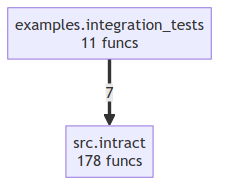
semcod/intract keeps this Mermaid diagram as project/compact_flow.png. Above is the earlier version. Its source is kept beside it as project/compact_flow.mmd.
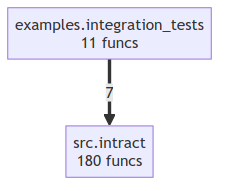
The same file after the commit.

What changed in the source:
```diff
@@ -1,4 +1,4 @@
 flowchart TD
     examples__integration_tests["examples.integration_tests<br/>11 funcs"]
-    src__intract["src.intract<br/>178 funcs"]
+    src__intract["src.intract<br/>193 funcs"]
     examples__integration_tests ==>|7| src__intract
```
